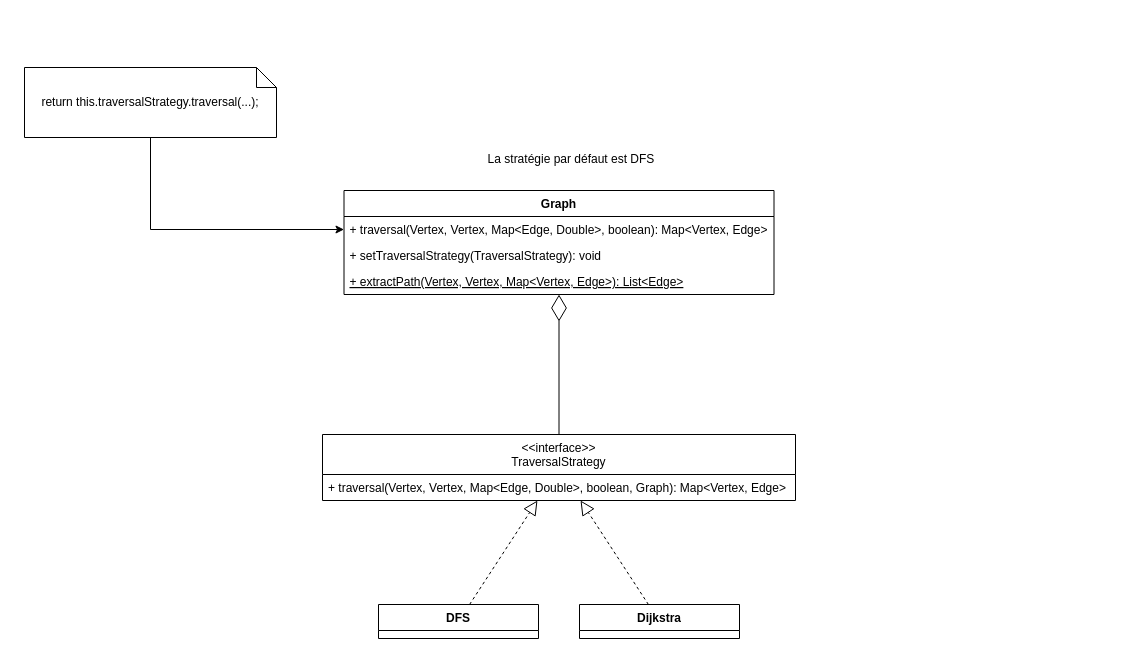
Before: specification/diagrams/strategy-pattern.drawio in SkyNalix/MoriaMap, a draw.io diagram. Source tidied: cells renumbered, new cells numbered last; positions are measured from the earlier drawing's top-left corner, leaving out a move shared by most shapes. Both pictures are drawn from the tidied source at 100%, with x=0, y=0 at pixel (24, 67).
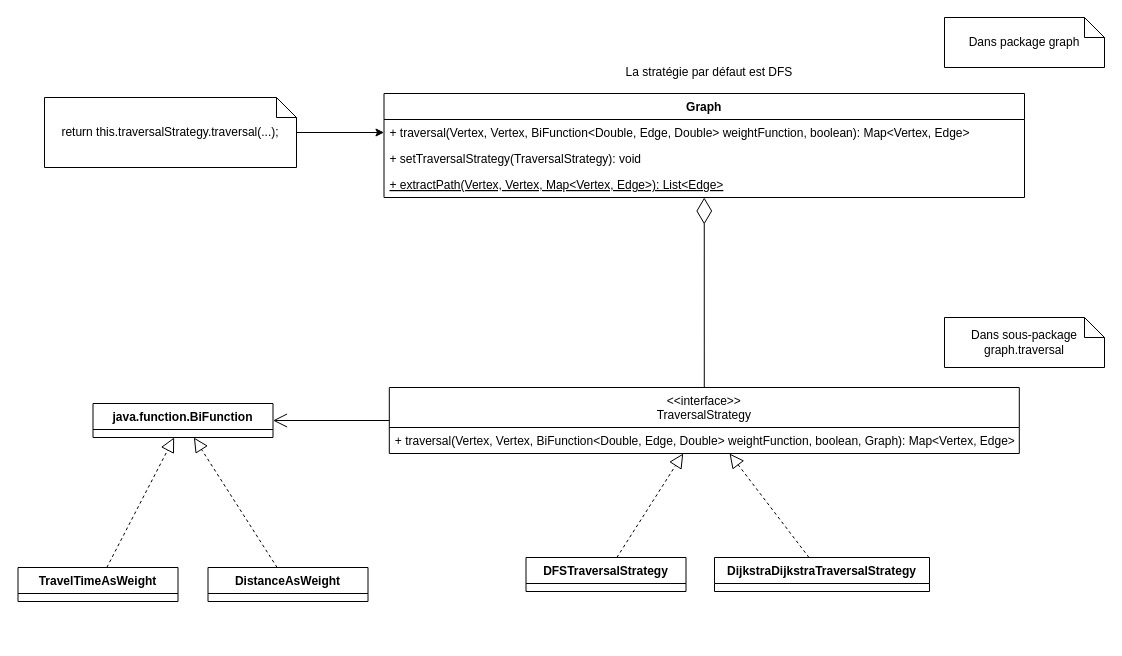
The same diagram, later.

Diff of the diagram source:
```diff
@@
     <mxCell id="2" value="&lt;&lt;interface&gt;&gt; &#10;TraversalStrategy" style="swimlane;fontStyle=0;align=center;verticalAlign=top;horizontal=1;startSize=40;" parent="1" vertex="1">
-      <mxGeometry x="298" y="367" width="473" height="66" as="geometry" />
+      <mxGeometry x="364.8" y="320" width="630" height="66" as="geometry" />
     </mxCell>
-    <mxCell id="3" value="+ traversal(Vertex, Vertex, Map&lt;Edge, Double&gt;, boolean, Graph): Map&lt;Vertex, Edge&gt;" style="text;strokeColor=none;fillColor=none;align=left;verticalAlign=top;spacingLeft=4;spacingRight=4;overflow=hidden;" parent="2" vertex="1">
-      <mxGeometry y="40" width="473" height="26" as="geometry" />
+    <mxCell id="3" value="+ traversal(Vertex, Vertex, BiFunction&lt;Double, Edge, Double&gt; weightFunction, boolean, Graph): Map&lt;Vertex, Edge&gt;" style="text;strokeColor=none;fillColor=none;align=left;verticalAlign=top;spacingLeft=4;spacingRight=4;overflow=hidden;" parent="2" vertex="1">
+      <mxGeometry y="40" width="630" height="26" as="geometry" />
     </mxCell>
-    <mxCell id="4" value="DFS" style="swimlane;fontStyle=1;align=center;verticalAlign=top;horizontal=1;startSize=26;" parent="1" vertex="1">
-      <mxGeometry x="354" y="537" width="160" height="34" as="geometry" />
+    <mxCell id="4" value="DFSTraversalStrategy" style="swimlane;fontStyle=1;align=center;verticalAlign=top;horizontal=1;startSize=26;" parent="1" vertex="1">
+      <mxGeometry x="501.5" y="490" width="160" height="34" as="geometry" />
     </mxCell>
@@
-    <mxCell id="7" value="Dijkstra" style="swimlane;fontStyle=1;align=center;verticalAlign=top;horizontal=1;startSize=26;" parent="1" vertex="1">
-      <mxGeometry x="555" y="537" width="160" height="34" as="geometry" />
+    <mxCell id="7" value="DijkstraDijkstraTraversalStrategy" style="swimlane;fontStyle=1;align=center;verticalAlign=top;horizontal=1;startSize=26;" parent="1" vertex="1">
+      <mxGeometry x="690" y="490" width="215" height="34" as="geometry" />
     </mxCell>
@@
     <mxCell id="9" value="Graph" style="swimlane;fontStyle=1;align=center;verticalAlign=top;horizontal=1;startSize=26;" parent="1" vertex="1">
-      <mxGeometry x="319.5" y="123" width="430" height="104" as="geometry" />
+      <mxGeometry x="359.5" y="26" width="640.5" height="104" as="geometry" />
     </mxCell>
-    <mxCell id="10" value="+ traversal(Vertex, Vertex, Map&lt;Edge, Double&gt;, boolean): Map&lt;Vertex, Edge&gt;" style="text;strokeColor=none;fillColor=none;align=left;verticalAlign=top;spacingLeft=4;spacingRight=4;overflow=hidden;points=[[0,0.5],[1,0.5]];portConstraint=eastwest;" parent="9" vertex="1">
-      <mxGeometry y="26" width="430" height="26" as="geometry" />
-    </mxCell>
+    <mxCell id="16" value="+ traversal(Vertex, Vertex, BiFunction&lt;Double, Edge, Double&gt; weightFunction, boolean): Map&lt;Vertex, Edge&gt;" style="text;strokeColor=none;fillColor=none;align=left;verticalAlign=top;spacingLeft=4;spacingRight=4;overflow=hidden;points=[[0,0.5],[1,0.5]];portConstraint=eastwest;" parent="9" vertex="1">
+      <mxGeometry y="26" width="640.5" height="26" as="geometry" />
+    </mxCell>
     <mxCell id="11" value="+ setTraversalStrategy(TraversalStrategy): void" style="text;strokeColor=none;fillColor=none;align=left;verticalAlign=top;spacingLeft=4;spacingRight=4;overflow=hidden;" parent="9" vertex="1">
-      <mxGeometry y="52" width="430" height="26" as="geometry" />
+      <mxGeometry y="52" width="640.5" height="26" as="geometry" />
     </mxCell>
     <mxCell id="12" value="+ extractPath(Vertex, Vertex, Map&lt;Vertex, Edge&gt;): List&lt;Edge&gt;" style="text;strokeColor=none;fillColor=none;align=left;verticalAlign=top;spacingLeft=4;spacingRight=4;overflow=hidden;fontStyle=4;" parent="9" vertex="1">
-      <mxGeometry y="78" width="430" height="26" as="geometry" />
+      <mxGeometry y="78" width="640.5" height="26" as="geometry" />
     </mxCell>
-    <mxCell id="13" style="edgeStyle=orthogonalEdgeStyle;rounded=0;jettySize=auto;html=1;" parent="1" edge="1" source="14" target="10">
-      <mxGeometry relative="1" as="geometry" />
-    </mxCell>
+    <mxCell id="17" style="edgeStyle=orthogonalEdgeStyle;rounded=0;jettySize=auto;html=1;fontSize=15;fontColor=#000000;" parent="1" edge="1" source="14" target="16">
+      <mxGeometry relative="1" as="geometry" />
+    </mxCell>
     <mxCell id="14" value="return this.traversalStrategy.traversal(...);" style="shape=note;size=20;whiteSpace=wrap;html=1;" parent="1" vertex="1">
-      <mxGeometry width="252" height="70" as="geometry" />
+      <mxGeometry x="20" y="30" width="252" height="70" as="geometry" />
     </mxCell>
     <mxCell id="15" value="La stratégie par défaut est DFS" style="text;html=1;strokeColor=none;fillColor=none;align=center;verticalAlign=middle;whiteSpace=wrap;rounded=0;" parent="1" vertex="1">
-      <mxGeometry x="461.5" y="77" width="170" height="30" as="geometry" />
+      <mxGeometry x="600" y="-10" width="170" height="30" as="geometry" />
     </mxCell>
+    <mxCell id="18" value="java.function.BiFunction" style="swimlane;fontStyle=1;align=center;verticalAlign=top;horizontal=1;startSize=26;" parent="1" vertex="1">
+      <mxGeometry x="68.5" y="336" width="180" height="34" as="geometry" />
+    </mxCell>
+    <mxCell id="19" value="TravelTimeAsWeight" style="swimlane;fontStyle=1;align=center;verticalAlign=top;horizontal=1;startSize=26;" parent="1" vertex="1">
+      <mxGeometry x="-6.5" y="500" width="160" height="34" as="geometry" />
+    </mxCell>
+    <mxCell id="20" value="DistanceAsWeight" style="swimlane;fontStyle=1;align=center;verticalAlign=top;horizontal=1;startSize=26;" parent="1" vertex="1">
+      <mxGeometry x="183.5" y="500" width="160" height="34" as="geometry" />
+    </mxCell>
+    <mxCell id="21" style="endArrow=block;dashed=1;endFill=0;endSize=12;html=1;rounded=0;" parent="1" edge="1" source="19" target="18">
+      <mxGeometry relative="1" as="geometry" />
+    </mxCell>
+    <mxCell id="22" style="endArrow=block;dashed=1;endFill=0;endSize=12;html=1;rounded=0;" parent="1" edge="1" source="20" target="18">
+      <mxGeometry relative="1" as="geometry" />
+    </mxCell>
+    <mxCell id="23" style="endArrow=open;endFill=1;endSize=12;html=1;rounded=0;fontSize=15;fontColor=#000000;" parent="1" edge="1" source="2" target="18">
+      <mxGeometry relative="1" as="geometry" />
+    </mxCell>
+    <mxCell id="24" value="Dans package graph" style="shape=note;size=20;whiteSpace=wrap;html=1;" parent="1" vertex="1">
+      <mxGeometry x="920" y="-50" width="160" height="50" as="geometry" />
+    </mxCell>
+    <mxCell id="25" value="Dans sous-package graph.traversal" style="shape=note;size=20;whiteSpace=wrap;html=1;" parent="1" vertex="1">
+      <mxGeometry x="920" y="250" width="160" height="50" as="geometry" />
+    </mxCell>
```
